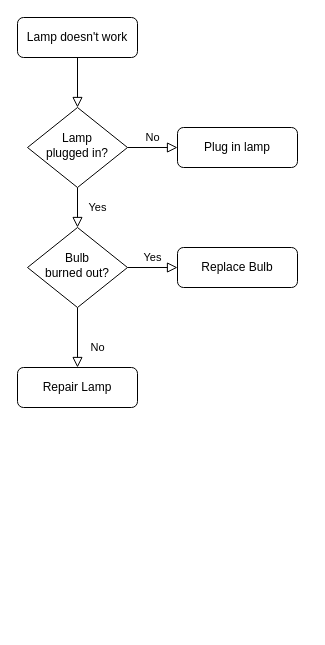
This is 新增博客.drawio from beyondgogogo/Graph, a draw.io file, before an edit. Source tidied: cells renumbered, new cells numbered last; positions are measured from the earlier drawing's top-left corner, leaving out a move shared by most shapes. Both pictures are drawn from the tidied source at 100%, with x=0, y=0 at pixel (17, 17).
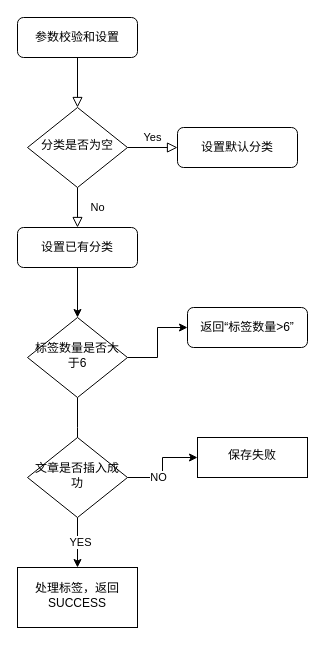
The same diagram, later.

Commit message:
更新新增博客.drawio

The edit, as a diff of the source:
```diff
@@
-    <mxCell id="3" value="Lamp doesn't work" style="rounded=1;whiteSpace=wrap;html=1;fontSize=12;glass=0;strokeWidth=1;shadow=0;" parent="1" vertex="1">
+    <mxCell id="3" value="参数校验和设置" style="rounded=1;whiteSpace=wrap;html=1;fontSize=12;glass=0;strokeWidth=1;shadow=0;" parent="1" vertex="1">
       <mxGeometry width="120" height="40" as="geometry" />
     </mxCell>
-    <mxCell id="4" value="Yes" style="rounded=0;html=1;jettySize=auto;fontSize=11;endArrow=block;endFill=0;endSize=8;strokeWidth=1;shadow=0;labelBackgroundColor=none;edgeStyle=orthogonalEdgeStyle;" parent="1" edge="1" source="6" target="10">
+    <mxCell id="4" value="No" style="rounded=0;html=1;jettySize=auto;fontSize=11;endArrow=block;endFill=0;endSize=8;strokeWidth=1;shadow=0;labelBackgroundColor=none;edgeStyle=orthogonalEdgeStyle;entryX=0.5;entryY=0;entryDx=0;entryDy=0;" parent="1" edge="1" source="6" target="14">
       <mxGeometry y="20" relative="1" as="geometry" />
     </mxCell>
-    <mxCell id="5" value="No" style="edgeStyle=orthogonalEdgeStyle;rounded=0;html=1;jettySize=auto;fontSize=11;endArrow=block;endFill=0;endSize=8;strokeWidth=1;shadow=0;labelBackgroundColor=none;" parent="1" edge="1" source="6" target="7">
+    <mxCell id="5" value="Yes" style="edgeStyle=orthogonalEdgeStyle;rounded=0;html=1;jettySize=auto;fontSize=11;endArrow=block;endFill=0;endSize=8;strokeWidth=1;shadow=0;labelBackgroundColor=none;" parent="1" edge="1" source="6" target="7">
       <mxGeometry y="10" relative="1" as="geometry" />
     </mxCell>
-    <mxCell id="6" value="Lamp&lt;br&gt;plugged in?" style="rhombus;whiteSpace=wrap;html=1;shadow=0;fontFamily=Helvetica;fontSize=12;align=center;strokeWidth=1;spacing=6;spacingTop=-4;" parent="1" vertex="1">
+    <mxCell id="6" value="分类是否为空" style="rhombus;whiteSpace=wrap;html=1;shadow=0;fontFamily=Helvetica;fontSize=12;align=center;strokeWidth=1;spacing=6;spacingTop=-4;" parent="1" vertex="1">
       <mxGeometry x="10" y="90" width="100" height="80" as="geometry" />
     </mxCell>
-    <mxCell id="7" value="Plug in lamp" style="rounded=1;whiteSpace=wrap;html=1;fontSize=12;glass=0;strokeWidth=1;shadow=0;" parent="1" vertex="1">
+    <mxCell id="7" value="设置默认分类" style="rounded=1;whiteSpace=wrap;html=1;fontSize=12;glass=0;strokeWidth=1;shadow=0;" parent="1" vertex="1">
       <mxGeometry x="160" y="110" width="120" height="40" as="geometry" />
     </mxCell>
-    <mxCell id="8" value="No" style="rounded=0;html=1;jettySize=auto;fontSize=11;endArrow=block;endFill=0;endSize=8;strokeWidth=1;shadow=0;labelBackgroundColor=none;edgeStyle=orthogonalEdgeStyle;" parent="1" edge="1" source="10" target="11">
-      <mxGeometry x="0.33" y="20" relative="1" as="geometry" />
-    </mxCell>
-    <mxCell id="9" value="Yes" style="edgeStyle=orthogonalEdgeStyle;rounded=0;html=1;jettySize=auto;fontSize=11;endArrow=block;endFill=0;endSize=8;strokeWidth=1;shadow=0;labelBackgroundColor=none;" parent="1" edge="1" source="10" target="12">
-      <mxGeometry y="10" relative="1" as="geometry" />
-    </mxCell>
-    <mxCell id="10" value="Bulb&lt;br&gt;burned out?" style="rhombus;whiteSpace=wrap;html=1;shadow=0;fontFamily=Helvetica;fontSize=12;align=center;strokeWidth=1;spacing=6;spacingTop=-4;" parent="1" vertex="1">
-      <mxGeometry x="10" y="210" width="100" height="80" as="geometry" />
-    </mxCell>
-    <mxCell id="11" value="Repair Lamp" style="rounded=1;whiteSpace=wrap;html=1;fontSize=12;glass=0;strokeWidth=1;shadow=0;" parent="1" vertex="1">
-      <mxGeometry y="350" width="120" height="40" as="geometry" />
-    </mxCell>
-    <mxCell id="12" value="Replace Bulb" style="rounded=1;whiteSpace=wrap;html=1;fontSize=12;glass=0;strokeWidth=1;shadow=0;" parent="1" vertex="1">
-      <mxGeometry x="160" y="230" width="120" height="40" as="geometry" />
-    </mxCell>
+    <mxCell id="13" style="edgeStyle=orthogonalEdgeStyle;rounded=0;jettySize=auto;html=1;" parent="1" edge="1" source="14" target="17">
+      <mxGeometry relative="1" as="geometry" />
+    </mxCell>
+    <mxCell id="14" value="设置已有分类" style="rounded=1;whiteSpace=wrap;html=1;fontSize=12;glass=0;strokeWidth=1;shadow=0;" parent="1" vertex="1">
+      <mxGeometry y="210" width="120" height="40" as="geometry" />
+    </mxCell>
+    <mxCell id="15" style="edgeStyle=orthogonalEdgeStyle;rounded=0;jettySize=auto;html=1;" parent="1" edge="1" source="17" target="18">
+      <mxGeometry relative="1" as="geometry" />
+    </mxCell>
+    <mxCell id="16" style="edgeStyle=orthogonalEdgeStyle;rounded=0;jettySize=auto;html=1;" parent="1" edge="1" source="17">
+      <mxGeometry relative="1" as="geometry">
+        <mxPoint x="60" y="440" as="targetPoint" />
+      </mxGeometry>
+    </mxCell>
+    <mxCell id="17" value="标签数量是否大于6" style="rhombus;whiteSpace=wrap;html=1;shadow=0;fontFamily=Helvetica;fontSize=12;align=center;strokeWidth=1;spacing=6;spacingTop=-4;" parent="1" vertex="1">
+      <mxGeometry x="10" y="300" width="100" height="80" as="geometry" />
+    </mxCell>
+    <mxCell id="18" value="返回“标签数量&amp;gt;6”" style="rounded=1;whiteSpace=wrap;html=1;fontSize=12;glass=0;strokeWidth=1;shadow=0;" parent="1" vertex="1">
+      <mxGeometry x="170" y="290" width="120" height="40" as="geometry" />
+    </mxCell>
+    <mxCell id="19" style="edgeStyle=orthogonalEdgeStyle;rounded=0;jettySize=auto;html=1;" parent="1" edge="1" source="23" target="24">
+      <mxGeometry relative="1" as="geometry" />
+    </mxCell>
+    <mxCell id="20" value="NO" style="edgeLabel;html=1;align=center;verticalAlign=middle;" parent="19" vertex="1">
+      <mxGeometry x="-0.2" y="5" relative="1" as="geometry" />
+    </mxCell>
+    <mxCell id="21" style="edgeStyle=orthogonalEdgeStyle;rounded=0;jettySize=auto;html=1;" parent="1" edge="1" source="23" target="25">
+      <mxGeometry relative="1" as="geometry" />
+    </mxCell>
+    <mxCell id="22" value="YES" style="edgeLabel;html=1;align=center;verticalAlign=middle;" parent="21" vertex="1">
+      <mxGeometry x="-0.04" y="2" relative="1" as="geometry" />
+    </mxCell>
+    <mxCell id="23" value="文章是否插入成功" style="rhombus;whiteSpace=wrap;html=1;shadow=0;fontFamily=Helvetica;fontSize=12;align=center;strokeWidth=1;spacing=6;spacingTop=-4;" parent="1" vertex="1">
+      <mxGeometry x="10" y="420" width="100" height="80" as="geometry" />
+    </mxCell>
+    <mxCell id="24" value="保存失败" style="whiteSpace=wrap;html=1;shadow=0;strokeWidth=1;spacing=6;spacingTop=-4;" parent="1" vertex="1">
+      <mxGeometry x="180" y="420" width="110" height="40" as="geometry" />
+    </mxCell>
+    <mxCell id="25" value="处理标签，返回SUCCESS" style="whiteSpace=wrap;html=1;shadow=0;strokeWidth=1;spacing=6;spacingTop=-4;" parent="1" vertex="1">
+      <mxGeometry y="550" width="120" height="60" as="geometry" />
+    </mxCell>
```
